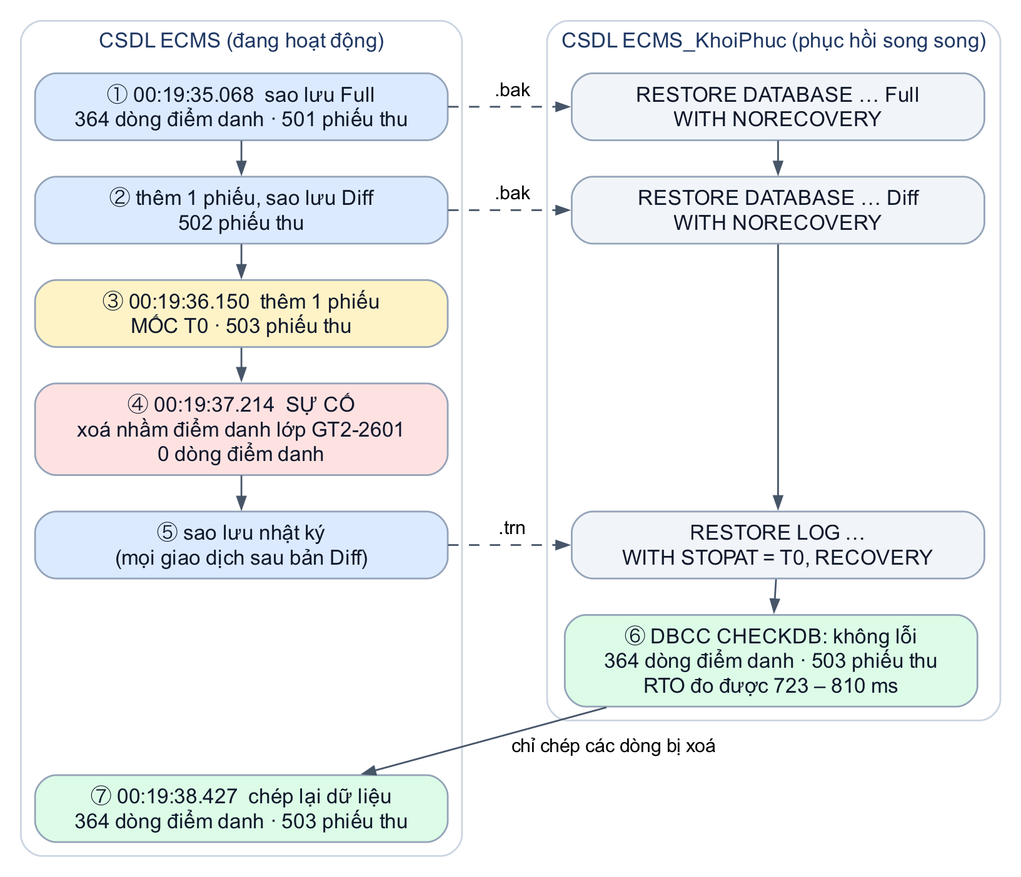
The Graphviz diagram report/images/ch3/sao-luu-phuc-hoi.png in nhutruong-uit/ecms, before a commit. Its source is kept beside it as report/images/ch3/sao-luu-phuc-hoi.dot.
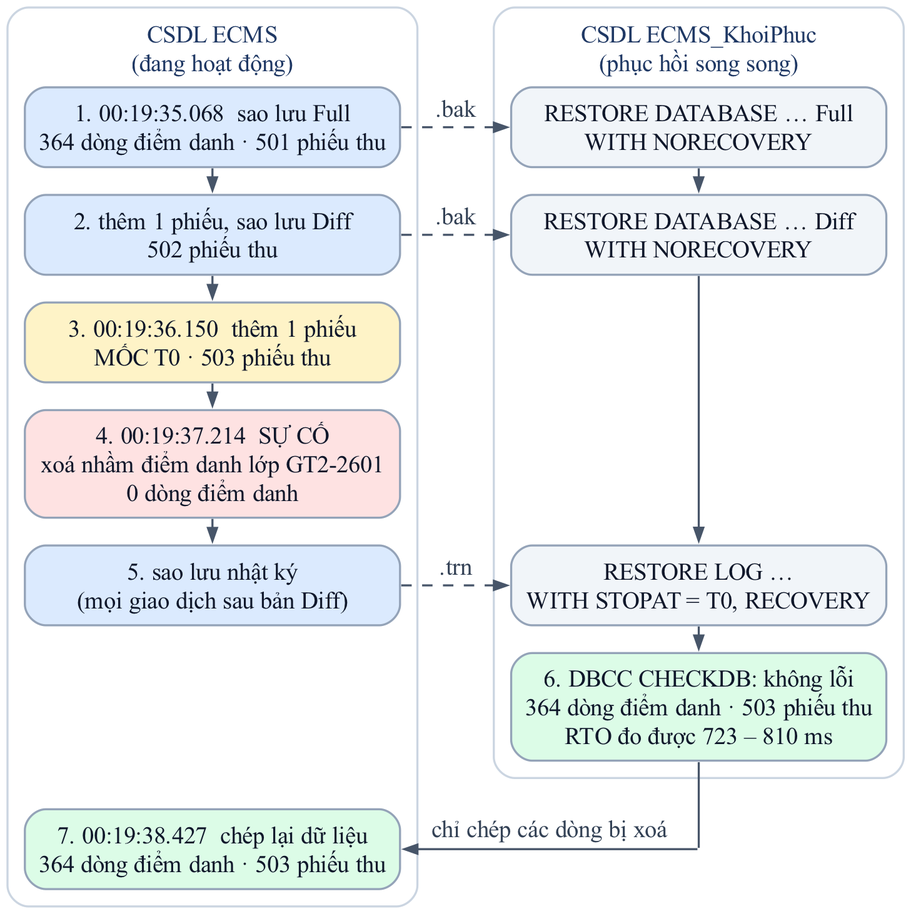
After the change.

The edit, as a diff of the source:
```diff
@@ -1,32 +1,49 @@
 digraph SaoLuuPhucHoi {
-  rankdir=TB; nodesep=0.5; ranksep=0.28; fontname="Arial"; bgcolor="white"; newrank=true;
-  node [fontname="Arial", fontsize=12, shape=box, style="filled,rounded", color="#94a3b8", fillcolor="#f1f5f9",
-        fontcolor="#0f172a", margin="0.12,0.07", width=3.3];
-  edge [fontname="Arial", fontsize=11, color="#475569", arrowsize=0.7];
+  graph [splines=line, pad=0.06, bgcolor="white"];
+  node  [fontname="Times New Roman,", fontsize=14, fontcolor="#0f172a"];
+  edge  [color="#475569", penwidth=1.2, arrowsize=0.75, fontname="Times New Roman,", fontsize=14];
 
-  subgraph cluster_ecms {
-    label="CSDL ECMS (đang hoạt động)"; fontsize=12; fontcolor="#1f3864"; style="rounded"; color="#cbd5e1";
-    F  [label="① 00:19:35.068  sao lưu Full\n364 dòng điểm danh · 501 phiếu thu", fillcolor="#dbeafe"];
-    D  [label="② thêm 1 phiếu, sao lưu Diff\n502 phiếu thu", fillcolor="#dbeafe"];
-    T0 [label="③ 00:19:36.150  thêm 1 phiếu\nMỐC T0 · 503 phiếu thu", fillcolor="#fef3c7"];
-    X  [label="④ 00:19:37.214  SỰ CỐ\nxoá nhầm điểm danh lớp GT2-2601\n0 dòng điểm danh", fillcolor="#fee2e2"];
-    L  [label="⑤ sao lưu nhật ký\n(mọi giao dịch sau bản Diff)", fillcolor="#dbeafe"];
-    C  [label="⑦ 00:19:38.427  chép lại dữ liệu\n364 dòng điểm danh · 503 phiếu thu", fillcolor="#dcfce7"];
-    F -> D -> T0 -> X -> L;
-  }
-  subgraph cluster_kp {
-    label="CSDL ECMS_KhoiPhuc (phục hồi song song)"; fontsize=12; fontcolor="#1f3864"; style="rounded"; color="#cbd5e1";
-    R1 [label="RESTORE DATABASE … Full\nWITH NORECOVERY"];
-    R2 [label="RESTORE DATABASE … Diff\nWITH NORECOVERY"];
-    R3 [label="RESTORE LOG …\nWITH STOPAT = T0, RECOVERY"];
-    R4 [label="⑥ DBCC CHECKDB: không lỗi\n364 dòng điểm danh · 503 phiếu thu\nRTO đo được 723 – 810 ms", fillcolor="#dcfce7"];
-    R1 -> R2 -> R3 -> R4;
-  }
-  F -> R1 [style=dashed, label=" .bak"];
-  D -> R2 [style=dashed, label=" .bak"];
-  L -> R3 [style=dashed, label=" .trn"];
-  R4 -> C [label=" chỉ chép các dòng bị xoá"];
-  {rank=same; F; R1}
-  {rank=same; D; R2}
-  {rank=same; L; R3}
+  node [shape=box, style="rounded", fixedsize=true, label="", color="#cbd5e1", penwidth=1.2];
+  k1 [pos="118,259!", width=3.2778, height=7.1944];
+  k2 [pos="398,296!", width=3.2778, height=6.1667];
+  node [shape=plain, style="", fixedsize=false, width=0, height=0, fontcolor="#1f3864"];
+  t1 [pos="118,494.5!", label="CSDL ECMS\n(đang hoạt động)"];
+  t2 [pos="398,494.5!", label="CSDL ECMS_KhoiPhuc\n(phục hồi song song)"];
+
+  node [shape=box, style="rounded,filled", fixedsize=true, width=3.0000, margin=0, color="#94a3b8", penwidth=1.2,
+        fontcolor="#0f172a"];
+  F  [pos="118,449!", height=0.6389, fillcolor="#dbeafe", label="1. 00:19:35.068  sao lưu Full\n364 dòng điểm danh · 501 phiếu thu"];
+  D  [pos="118,387!", height=0.6389, fillcolor="#dbeafe", label="2. thêm 1 phiếu, sao lưu Diff\n502 phiếu thu"];
+  T0 [pos="118,325!", height=0.6389, fillcolor="#fef3c7", label="3. 00:19:36.150  thêm 1 phiếu\nMỐC T0 · 503 phiếu thu"];
+  X  [pos="118,255!", height=0.8611, fillcolor="#fee2e2", label="4. 00:19:37.214  SỰ CỐ\nxoá nhầm điểm danh lớp GT2-2601\n0 dòng điểm danh"];
+  L  [pos="118,185!", height=0.6389, fillcolor="#dbeafe", label="5. sao lưu nhật ký\n(mọi giao dịch sau bản Diff)"];
+  C  [pos="118,33!", height=0.6389, fillcolor="#dcfce7", label="7. 00:19:38.427  chép lại dữ liệu\n364 dòng điểm danh · 503 phiếu thu"];
+  R1 [pos="398,449!", height=0.6389, fillcolor="#f1f5f9", label="RESTORE DATABASE … Full\nWITH NORECOVERY"];
+  R2 [pos="398,387!", height=0.6389, fillcolor="#f1f5f9", label="RESTORE DATABASE … Diff\nWITH NORECOVERY"];
+  R3 [pos="398,185!", height=0.6389, fillcolor="#f1f5f9", label="RESTORE LOG …\nWITH STOPAT = T0, RECOVERY"];
+  R4 [pos="398,115!", height=0.8611, fillcolor="#dcfce7", label="6. DBCC CHECKDB: không lỗi\n364 dòng điểm danh · 503 phiếu thu\nRTO đo được 723 – 810 ms"];
+
+  node [shape=point, width=0.01, height=0.01, style=invis, label=""];
+  a1 [pos="118,426!"]; b1 [pos="118,410!"];
+  a2 [pos="118,364!"]; b2 [pos="118,348!"];
+  a3 [pos="118,302!"]; b3 [pos="118,286!"];
+  a4 [pos="118,224!"]; b4 [pos="118,208!"];
+  c1 [pos="398,426!"]; d1 [pos="398,410!"];
+  c2 [pos="398,364!"]; d2 [pos="398,208!"];
+  c3 [pos="398,162!"]; d3 [pos="398,146!"];
+  e1 [pos="226,449!"]; f1 [pos="290,449!"];
+  e2 [pos="226,387!"]; f2 [pos="290,387!"];
+  e5 [pos="226,185!"]; f5 [pos="290,185!"];
+  g1 [pos="398,84!"]; g2 [pos="398,33!"]; g3 [pos="226,33!"];
+
+  node [shape=plain, style="", fixedsize=false, width=0, height=0, fontcolor="#334155"];
+  n1 [pos="258,460!", label=".bak"];
+  n2 [pos="258,398!", label=".bak"];
+  n5 [pos="258,196!", label=".trn"];
+  n7 [pos="312,45!", label="chỉ chép các dòng bị xoá"];
+
+  a1 -> b1; a2 -> b2; a3 -> b3; a4 -> b4;
+  c1 -> d1; c2 -> d2; c3 -> d3;
+  e1 -> f1 [style=dashed]; e2 -> f2 [style=dashed]; e5 -> f5 [style=dashed];
+  g1 -> g2 [arrowhead=none]; g2 -> g3;
 }
```
